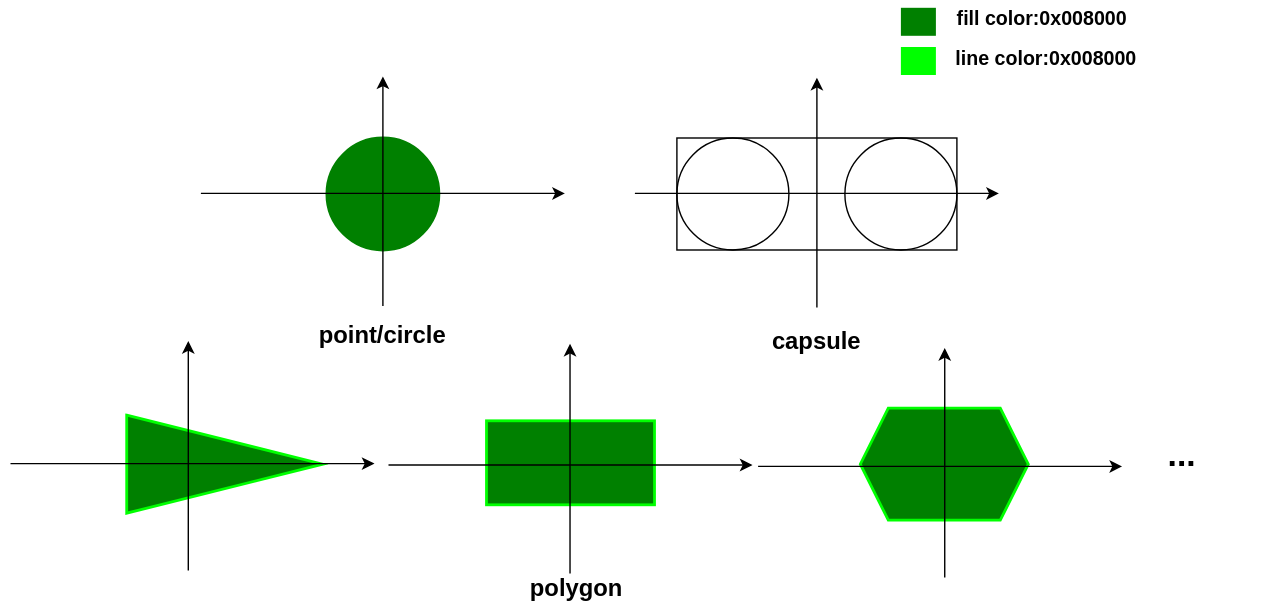
The draw.io diagram render.drawio.svg in maksyuki/TaichiGAME-res, before a commit. Source tidied: cells renumbered, new cells last; positions are measured from the earlier drawing's top-left corner, leaving out a move shared by most shapes. Source of this version:
```xml
<mxGraphModel>
  <root>
    <mxCell id="0" />
    <mxCell id="1" parent="0" />
    <mxCell id="2" style="ellipse;whiteSpace=wrap;html=1;strokeWidth=2;fillColor=#008000;strokeColor=#008000;" parent="1" vertex="1">
      <mxGeometry x="226" y="97" width="80" height="80" as="geometry" />
    </mxCell>
    <mxCell id="3" style="triangle;whiteSpace=wrap;html=1;fillColor=#008000;strokeWidth=2;strokeColor=#00FF00;" parent="1" vertex="1">
      <mxGeometry x="83" y="295" width="140" height="70" as="geometry" />
    </mxCell>
    <mxCell id="4" style="rounded=0;whiteSpace=wrap;html=1;fillColor=#008000;strokeWidth=2;strokeColor=#00FF00;" parent="1" vertex="1">
      <mxGeometry x="340" y="299" width="120" height="60" as="geometry" />
    </mxCell>
    <mxCell id="5" style="ellipse;whiteSpace=wrap;html=1;" parent="1" vertex="1">
      <mxGeometry x="476" y="97" width="80" height="80" as="geometry" />
    </mxCell>
    <mxCell id="6" style="ellipse;whiteSpace=wrap;html=1;" parent="1" vertex="1">
      <mxGeometry x="596" y="97" width="80" height="80" as="geometry" />
    </mxCell>
    <mxCell id="7" style="rounded=0;whiteSpace=wrap;html=1;fillColor=none;" parent="1" vertex="1">
      <mxGeometry x="476" y="97" width="200" height="80" as="geometry" />
    </mxCell>
    <mxCell id="8" style="shape=hexagon;perimeter=hexagonPerimeter2;whiteSpace=wrap;html=1;fixedSize=1;fillColor=#008000;strokeWidth=2;strokeColor=#00FF00;" parent="1" vertex="1">
      <mxGeometry x="607" y="290" width="120" height="80" as="geometry" />
    </mxCell>
    <mxCell id="9" value="&lt;b&gt;&lt;font style=&quot;font-size: 24px&quot;&gt;...&lt;/font&gt;&lt;/b&gt;" style="rounded=0;whiteSpace=wrap;html=1;fillColor=none;strokeColor=none;" parent="1" vertex="1">
      <mxGeometry x="777" y="294" width="120" height="60" as="geometry" />
    </mxCell>
    <mxCell id="10" style="endArrow=classic;html=1;rounded=0;fontSize=24;" parent="1" edge="1">
      <mxGeometry relative="1" as="geometry">
        <mxPoint x="136" y="136.6" as="sourcePoint" />
        <mxPoint x="396" y="136.6" as="targetPoint" />
      </mxGeometry>
    </mxCell>
    <mxCell id="11" style="endArrow=classic;html=1;rounded=0;fontSize=24;" parent="1" edge="1">
      <mxGeometry relative="1" as="geometry">
        <mxPoint x="266" y="217" as="sourcePoint" />
        <mxPoint x="266" y="53" as="targetPoint" />
      </mxGeometry>
    </mxCell>
    <mxCell id="12" style="endArrow=classic;html=1;rounded=0;fontSize=24;" parent="1" edge="1">
      <mxGeometry relative="1" as="geometry">
        <mxPoint x="446" y="136.6" as="sourcePoint" />
        <mxPoint x="706" y="136.6" as="targetPoint" />
      </mxGeometry>
    </mxCell>
    <mxCell id="13" value="&lt;font style=&quot;font-size: 17px&quot;&gt;&lt;b&gt;polygon&lt;/b&gt;&lt;/font&gt;" style="rounded=0;whiteSpace=wrap;html=1;fontSize=24;strokeColor=none;strokeWidth=2;fillColor=none;" parent="1" vertex="1">
      <mxGeometry x="364" y="403" width="81" height="27" as="geometry" />
    </mxCell>
    <mxCell id="14" value="&lt;font style=&quot;font-size: 14px;&quot;&gt;&lt;b style=&quot;font-size: 14px;&quot;&gt;fill color:0x&lt;/b&gt;&lt;/font&gt;&lt;span style=&quot;font-size: 14px;&quot;&gt;&lt;b style=&quot;font-size: 14px;&quot;&gt;008000&lt;/b&gt;&lt;/span&gt;" style="rounded=0;whiteSpace=wrap;html=1;fontSize=14;strokeColor=none;strokeWidth=2;fillColor=none;" parent="1" vertex="1">
      <mxGeometry x="668" width="138" height="24" as="geometry" />
    </mxCell>
    <mxCell id="15" style="rounded=0;whiteSpace=wrap;html=1;fontSize=17;strokeColor=none;strokeWidth=2;fillColor=#008000;" parent="1" vertex="1">
      <mxGeometry x="636" y="4" width="25" height="20" as="geometry" />
    </mxCell>
    <mxCell id="16" value="&lt;font style=&quot;font-size: 14px&quot;&gt;&lt;b style=&quot;font-size: 14px&quot;&gt;line color:0x&lt;/b&gt;&lt;/font&gt;&lt;span style=&quot;font-size: 14px&quot;&gt;&lt;b style=&quot;font-size: 14px&quot;&gt;008000&lt;/b&gt;&lt;/span&gt;" style="rounded=0;whiteSpace=wrap;html=1;fontSize=14;strokeColor=none;strokeWidth=2;fillColor=none;" parent="1" vertex="1">
      <mxGeometry x="668" y="28" width="144" height="24" as="geometry" />
    </mxCell>
    <mxCell id="17" style="rounded=0;whiteSpace=wrap;html=1;fontSize=17;strokeColor=none;strokeWidth=2;fillColor=#00FF00;" parent="1" vertex="1">
      <mxGeometry x="636" y="32" width="25" height="20" as="geometry" />
    </mxCell>
    <mxCell id="18" value="&lt;span style=&quot;font-size: 17px&quot;&gt;&lt;b&gt;point/circle&lt;/b&gt;&lt;/span&gt;" style="rounded=0;whiteSpace=wrap;html=1;fontSize=24;strokeColor=none;strokeWidth=2;fillColor=none;" parent="1" vertex="1">
      <mxGeometry x="215" y="222" width="102" height="27" as="geometry" />
    </mxCell>
    <mxCell id="19" value="&lt;span style=&quot;font-size: 17px&quot;&gt;&lt;b&gt;capsule&lt;/b&gt;&lt;/span&gt;" style="rounded=0;whiteSpace=wrap;html=1;fontSize=24;strokeColor=none;strokeWidth=2;fillColor=none;" parent="1" vertex="1">
      <mxGeometry x="525" y="226" width="102" height="27" as="geometry" />
    </mxCell>
    <mxCell id="20" style="endArrow=classic;html=1;rounded=0;fontSize=24;" parent="1" edge="1">
      <mxGeometry relative="1" as="geometry">
        <mxPoint x="270" y="330.6" as="sourcePoint" />
        <mxPoint x="530" y="330.6" as="targetPoint" />
      </mxGeometry>
    </mxCell>
    <mxCell id="21" style="endArrow=classic;html=1;rounded=0;fontSize=24;" parent="1" edge="1">
      <mxGeometry relative="1" as="geometry">
        <mxPoint y="329.6" as="sourcePoint" />
        <mxPoint x="260" y="329.6" as="targetPoint" />
      </mxGeometry>
    </mxCell>
    <mxCell id="22" style="endArrow=classic;html=1;rounded=0;fontSize=24;" parent="1" edge="1">
      <mxGeometry relative="1" as="geometry">
        <mxPoint x="534" y="331.6" as="sourcePoint" />
        <mxPoint x="794" y="331.6" as="targetPoint" />
      </mxGeometry>
    </mxCell>
    <mxCell id="23" style="endArrow=classic;html=1;rounded=0;fontSize=24;" parent="1" edge="1">
      <mxGeometry relative="1" as="geometry">
        <mxPoint x="576" y="218" as="sourcePoint" />
        <mxPoint x="576" y="54" as="targetPoint" />
      </mxGeometry>
    </mxCell>
    <mxCell id="24" style="endArrow=classic;html=1;rounded=0;fontSize=24;" parent="1" edge="1">
      <mxGeometry relative="1" as="geometry">
        <mxPoint x="127" y="406" as="sourcePoint" />
        <mxPoint x="127" y="242" as="targetPoint" />
      </mxGeometry>
    </mxCell>
    <mxCell id="25" style="endArrow=classic;html=1;rounded=0;fontSize=24;" parent="1" edge="1">
      <mxGeometry relative="1" as="geometry">
        <mxPoint x="399.7" y="408" as="sourcePoint" />
        <mxPoint x="399.7" y="244" as="targetPoint" />
      </mxGeometry>
    </mxCell>
    <mxCell id="26" style="endArrow=classic;html=1;rounded=0;fontSize=24;" parent="1" edge="1">
      <mxGeometry relative="1" as="geometry">
        <mxPoint x="667.3" y="411" as="sourcePoint" />
        <mxPoint x="667.3" y="247" as="targetPoint" />
      </mxGeometry>
    </mxCell>
  </root>
</mxGraphModel>
```
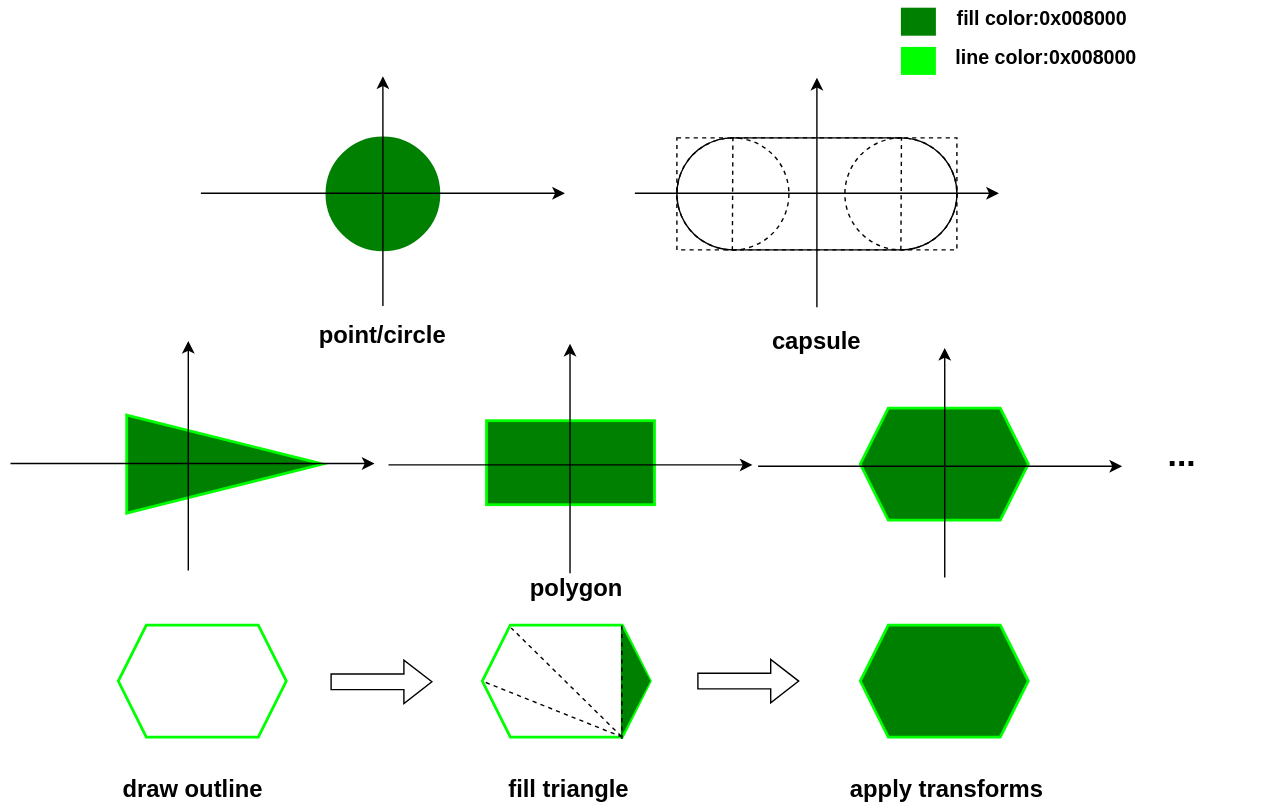
The same file after the commit.

Commit message:
feat: add render method on render design file

Diff of the diagram source:
```diff
@@ -11,13 +11,13 @@
     <mxCell id="4" style="rounded=0;whiteSpace=wrap;html=1;fillColor=#008000;strokeWidth=2;strokeColor=#00FF00;" parent="1" vertex="1">
       <mxGeometry x="340" y="299" width="120" height="60" as="geometry" />
     </mxCell>
-    <mxCell id="5" style="ellipse;whiteSpace=wrap;html=1;" parent="1" vertex="1">
+    <mxCell id="5" style="ellipse;whiteSpace=wrap;html=1;dashed=1;" parent="1" vertex="1">
       <mxGeometry x="476" y="97" width="80" height="80" as="geometry" />
     </mxCell>
-    <mxCell id="6" style="ellipse;whiteSpace=wrap;html=1;" parent="1" vertex="1">
+    <mxCell id="6" style="ellipse;whiteSpace=wrap;html=1;dashed=1;" parent="1" vertex="1">
       <mxGeometry x="596" y="97" width="80" height="80" as="geometry" />
     </mxCell>
-    <mxCell id="7" style="rounded=0;whiteSpace=wrap;html=1;fillColor=none;" parent="1" vertex="1">
+    <mxCell id="7" style="rounded=0;whiteSpace=wrap;html=1;fillColor=none;dashed=1;" parent="1" vertex="1">
       <mxGeometry x="476" y="97" width="200" height="80" as="geometry" />
     </mxCell>
     <mxCell id="8" style="shape=hexagon;perimeter=hexagonPerimeter2;whiteSpace=wrap;html=1;fixedSize=1;fillColor=#008000;strokeWidth=2;strokeColor=#00FF00;" parent="1" vertex="1">
@@ -107,5 +107,68 @@
         <mxPoint x="667.3" y="247" as="targetPoint" />
       </mxGeometry>
     </mxCell>
+    <mxCell id="27" style="shape=hexagon;perimeter=hexagonPerimeter2;whiteSpace=wrap;html=1;fixedSize=1;fillColor=#008000;strokeWidth=2;strokeColor=#00FF00;" parent="1" vertex="1">
+      <mxGeometry x="607" y="445" width="120" height="80" as="geometry" />
+    </mxCell>
+    <mxCell id="28" style="shape=hexagon;perimeter=hexagonPerimeter2;whiteSpace=wrap;html=1;fixedSize=1;fillColor=none;strokeWidth=2;strokeColor=#00FF00;" parent="1" vertex="1">
+      <mxGeometry x="77" y="445" width="120" height="80" as="geometry" />
+    </mxCell>
+    <mxCell id="29" style="shape=hexagon;perimeter=hexagonPerimeter2;whiteSpace=wrap;html=1;fixedSize=1;fillColor=none;strokeWidth=2;strokeColor=#00FF00;" parent="1" vertex="1">
+      <mxGeometry x="337" y="445" width="120" height="80" as="geometry" />
+    </mxCell>
+    <mxCell id="30" style="triangle;whiteSpace=wrap;html=1;fontSize=14;strokeColor=none;strokeWidth=2;fillColor=#008000;rotation=0;" parent="1" vertex="1">
+      <mxGeometry x="436" y="444.8" width="21" height="80.4" as="geometry" />
+    </mxCell>
+    <mxCell id="31" value="&lt;font style=&quot;font-size: 17px&quot;&gt;&lt;b&gt;draw outline&lt;/b&gt;&lt;/font&gt;" style="rounded=0;whiteSpace=wrap;html=1;fontSize=24;strokeColor=none;strokeWidth=2;fillColor=none;" parent="1" vertex="1">
+      <mxGeometry x="61.5" y="546" width="136.5" height="27" as="geometry" />
+    </mxCell>
+    <mxCell id="32" style="html=1;shadow=0;dashed=0;align=center;verticalAlign=middle;shape=mxgraph.arrows2.arrow;dy=0.64;dx=20;notch=0;fontSize=14;strokeColor=default;strokeWidth=1;fillColor=none;" parent="1" vertex="1">
+      <mxGeometry x="229" y="470" width="72" height="31" as="geometry" />
+    </mxCell>
+    <mxCell id="33" style="html=1;shadow=0;dashed=0;align=center;verticalAlign=middle;shape=mxgraph.arrows2.arrow;dy=0.64;dx=20;notch=0;fontSize=14;strokeColor=default;strokeWidth=1;fillColor=none;" parent="1" vertex="1">
+      <mxGeometry x="491" y="469.5" width="72" height="31" as="geometry" />
+    </mxCell>
+    <mxCell id="34" value="&lt;span style=&quot;font-size: 17px&quot;&gt;&lt;b&gt;fill triangle&lt;/b&gt;&lt;/span&gt;" style="rounded=0;whiteSpace=wrap;html=1;fontSize=24;strokeColor=none;strokeWidth=2;fillColor=none;" parent="1" vertex="1">
+      <mxGeometry x="343" y="546" width="112" height="27" as="geometry" />
+    </mxCell>
+    <mxCell id="35" style="endArrow=none;dashed=1;html=1;rounded=0;fontSize=14;entryX=0.172;entryY=0.025;entryDx=0;entryDy=0;entryPerimeter=0;exitX=0.019;exitY=0.992;exitDx=0;exitDy=0;exitPerimeter=0;" parent="1" edge="1" source="30" target="29">
+      <mxGeometry relative="1" as="geometry" />
+    </mxCell>
+    <mxCell id="36" style="endArrow=none;dashed=1;html=1;rounded=0;fontSize=14;entryX=0;entryY=0.5;entryDx=0;entryDy=0;exitX=0.048;exitY=0.997;exitDx=0;exitDy=0;exitPerimeter=0;" parent="1" edge="1" source="30" target="29">
+      <mxGeometry relative="1" as="geometry" />
+    </mxCell>
+    <mxCell id="37" style="endArrow=none;dashed=1;html=1;rounded=0;fontSize=14;entryX=0.032;entryY=0.001;entryDx=0;entryDy=0;entryPerimeter=0;exitX=0.831;exitY=1.017;exitDx=0;exitDy=0;exitPerimeter=0;" parent="1" edge="1" source="29" target="30">
+      <mxGeometry relative="1" as="geometry" />
+    </mxCell>
+    <mxCell id="38" value="&lt;span style=&quot;font-size: 17px&quot;&gt;&lt;b&gt;apply transforms&lt;/b&gt;&lt;/span&gt;" style="rounded=0;whiteSpace=wrap;html=1;fontSize=24;strokeColor=none;strokeWidth=2;fillColor=none;" parent="1" vertex="1">
+      <mxGeometry x="591.5" y="546" width="153.5" height="27" as="geometry" />
+    </mxCell>
+    <mxCell id="39" style="endArrow=none;html=1;rounded=0;fontSize=14;entryX=0.2;entryY=0;entryDx=0;entryDy=0;entryPerimeter=0;exitX=0.198;exitY=1.005;exitDx=0;exitDy=0;exitPerimeter=0;dashed=1;" parent="1" edge="1" source="7" target="7">
+      <mxGeometry relative="1" as="geometry" />
+    </mxCell>
+    <mxCell id="40" style="endArrow=none;html=1;rounded=0;fontSize=14;entryX=0.2;entryY=0;entryDx=0;entryDy=0;entryPerimeter=0;exitX=0.198;exitY=1.005;exitDx=0;exitDy=0;exitPerimeter=0;dashed=1;" parent="1" edge="1">
+      <mxGeometry relative="1" as="geometry">
+        <mxPoint x="636" y="177" as="sourcePoint" />
+        <mxPoint x="636.4" y="96.6" as="targetPoint" />
+      </mxGeometry>
+    </mxCell>
+    <mxCell id="41" style="endArrow=none;html=1;rounded=0;fontSize=14;" parent="1" edge="1">
+      <mxGeometry relative="1" as="geometry">
+        <mxPoint x="636" y="97" as="sourcePoint" />
+        <mxPoint x="516" y="97" as="targetPoint" />
+      </mxGeometry>
+    </mxCell>
+    <mxCell id="42" style="endArrow=none;html=1;rounded=0;fontSize=14;" parent="1" edge="1">
+      <mxGeometry relative="1" as="geometry">
+        <mxPoint x="635.5" y="177" as="sourcePoint" />
+        <mxPoint x="515.5" y="177" as="targetPoint" />
+      </mxGeometry>
+    </mxCell>
+    <mxCell id="43" style="verticalLabelPosition=bottom;verticalAlign=top;html=1;shape=mxgraph.basic.arc;startAngle=0.4900657378472296;endAngle=0.0031826745504863986;fontSize=14;strokeColor=default;strokeWidth=1;fillColor=none;" parent="1" vertex="1">
+      <mxGeometry x="476" y="97" width="80" height="80" as="geometry" />
+    </mxCell>
+    <mxCell id="44" style="verticalLabelPosition=bottom;verticalAlign=top;html=1;shape=mxgraph.basic.arc;startAngle=0.4900657378472296;endAngle=0.0031826745504863986;fontSize=14;strokeColor=default;strokeWidth=1;fillColor=none;rotation=-180;" parent="1" vertex="1">
+      <mxGeometry x="596" y="97" width="80" height="80" as="geometry" />
+    </mxCell>
   </root>
 </mxGraphModel>
```
